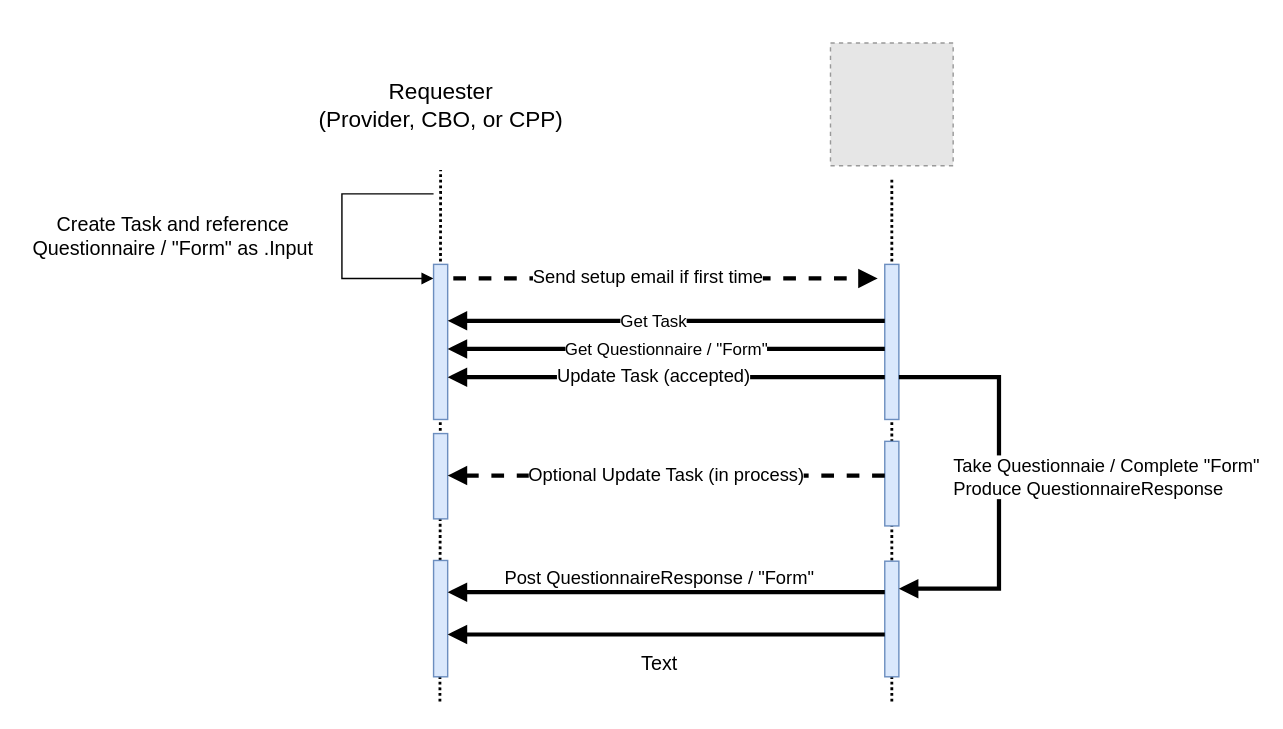
This is Images Source/PatientQuestionnaire.drawio from HL7/fhir-sdoh-clinicalcare, a draw.io file, before an edit. Source tidied: cells renumbered, new cells numbered last; positions are measured from the earlier drawing's top-left corner, leaving out a move shared by most shapes. Both pictures are drawn from the tidied source at 141%, with x=0, y=0 at pixel (24, 42). Pictures stored in the file or linked from it are replaced by grey dashed boxes.
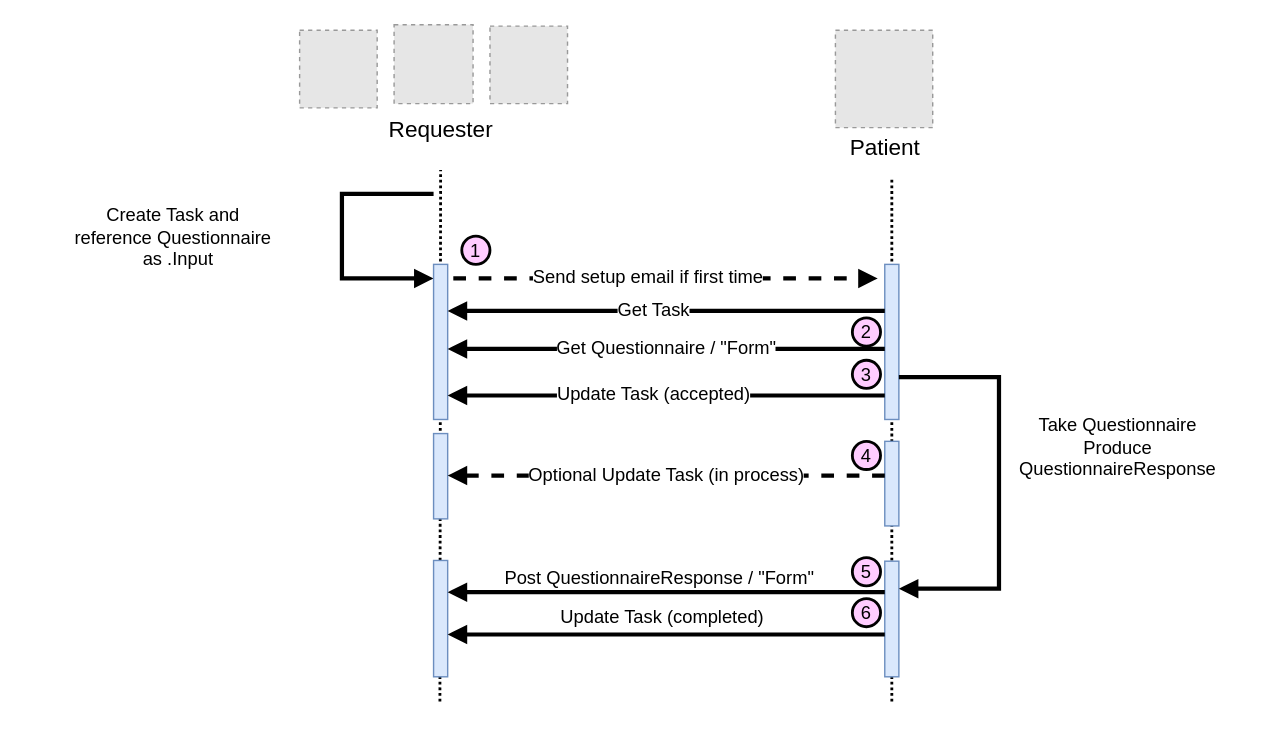
After the change.

The edit, as a diff of the source:
```diff
@@
-    <mxCell id="2" style="endArrow=none;dashed=1;html=1;rounded=0;dashPattern=1 1;labelBackgroundColor=#FFFFFF;fontSize=16;strokeColor=#000000;strokeWidth=2;" parent="1" edge="1">
+    <mxCell id="2" style="endArrow=none;dashed=1;html=1;rounded=0;dashPattern=1 1;labelBackgroundColor=#FFFFFF;fontSize=13;strokeColor=#000000;strokeWidth=2;" parent="1" edge="1">
       <mxGeometry relative="1" as="geometry">
         <mxPoint x="615" y="467" as="sourcePoint" />
         <mxPoint x="615" y="97" as="targetPoint" />
       </mxGeometry>
     </mxCell>
@@
-    <mxCell id="4" style="edgeStyle=orthogonalEdgeStyle;html=1;align=left;spacingLeft=2;endArrow=block;rounded=0;startArrow=none;fontSize=12;" parent="1" edge="1">
+    <mxCell id="4" style="edgeStyle=orthogonalEdgeStyle;html=1;align=left;spacingLeft=2;endArrow=block;rounded=0;startArrow=none;fontSize=13;strokeWidth=3;" parent="1" edge="1">
       <mxGeometry x="-0.07" y="-25" relative="1" as="geometry">
         <mxPoint x="290" y="107" as="sourcePoint" />
         <mxPoint x="290" y="167" as="targetPoint" />
         <Array as="points">
           <mxPoint x="225" y="107" />
           <mxPoint x="225" y="167" />
         </Array>
       </mxGeometry>
     </mxCell>
-    <mxCell id="5" style="html=1;perimeter=orthogonalPerimeter;fillColor=#dae8fc;strokeColor=#6c8ebf;" parent="1" vertex="1">
+    <mxCell id="5" style="html=1;perimeter=orthogonalPerimeter;fillColor=#dae8fc;strokeColor=#6c8ebf;fontSize=13;" parent="1" vertex="1">
       <mxGeometry x="290" y="157" width="10" height="110" as="geometry" />
     </mxCell>
-    <mxCell id="6" style="html=1;perimeter=orthogonalPerimeter;fillColor=#dae8fc;strokeColor=#6c8ebf;" parent="1" vertex="1">
+    <mxCell id="6" style="html=1;perimeter=orthogonalPerimeter;fillColor=#dae8fc;strokeColor=#6c8ebf;fontSize=13;" parent="1" vertex="1">
       <mxGeometry x="610" y="157" width="10" height="110" as="geometry" />
     </mxCell>
@@
-    <mxCell id="8" value="&lt;font style=&quot;font-size: 12px&quot;&gt;Get Questionnaire / &quot;Form&quot;&lt;br&gt;&lt;/font&gt;" style="html=1;verticalAlign=bottom;endArrow=block;strokeWidth=3;" parent="1" edge="1">
+    <mxCell id="8" value="&lt;font style=&quot;font-size: 13px;&quot;&gt;Get Questionnaire / &quot;Form&quot;&lt;br style=&quot;font-size: 13px;&quot;&gt;&lt;/font&gt;" style="html=1;verticalAlign=bottom;endArrow=block;strokeWidth=3;fontSize=13;" parent="1" edge="1">
       <mxGeometry y="10" relative="1" as="geometry">
         <mxPoint x="610" y="217" as="sourcePoint" />
         <mxPoint x="300" y="217" as="targetPoint" />
         <Array as="points">
           <mxPoint x="455" y="217" />
         </Array>
       </mxGeometry>
     </mxCell>
     <mxCell id="9" value="&lt;font style=&quot;font-size: 13px;&quot;&gt;Update Task (accepted)&lt;/font&gt;" style="html=1;verticalAlign=bottom;endArrow=block;fontSize=13;strokeWidth=3;" parent="1" edge="1">
       <mxGeometry x="0.06" y="10" relative="1" as="geometry">
-        <mxPoint x="610" y="237" as="sourcePoint" />
-        <mxPoint x="300" y="237" as="targetPoint" />
+        <mxPoint x="610" y="250" as="sourcePoint" />
+        <mxPoint x="300" y="250" as="targetPoint" />
       </mxGeometry>
     </mxCell>
-    <mxCell id="10" style="html=1;perimeter=orthogonalPerimeter;fillColor=#dae8fc;strokeColor=#6c8ebf;" parent="1" vertex="1">
+    <mxCell id="10" style="html=1;perimeter=orthogonalPerimeter;fillColor=#dae8fc;strokeColor=#6c8ebf;fontSize=13;" parent="1" vertex="1">
       <mxGeometry x="610" y="367.5" width="10" height="82" as="geometry" />
     </mxCell>
-    <mxCell id="11" style="html=1;perimeter=orthogonalPerimeter;fillColor=#dae8fc;strokeColor=#6c8ebf;" parent="1" vertex="1">
+    <mxCell id="11" style="html=1;perimeter=orthogonalPerimeter;fillColor=#dae8fc;strokeColor=#6c8ebf;fontSize=13;" parent="1" vertex="1">
       <mxGeometry x="290" y="367" width="10" height="82.5" as="geometry" />
     </mxCell>
@@
-    <mxCell id="13" value="Take Questionnaie / Complete &quot;Form&quot;&lt;br style=&quot;font-size: 13px;&quot;&gt;Produce QuestionnaireResponse" style="edgeStyle=orthogonalEdgeStyle;html=1;align=left;spacingLeft=2;endArrow=block;rounded=0;fontSize=13;strokeWidth=3;" parent="1" edge="1">
+    <mxCell id="13" style="edgeStyle=orthogonalEdgeStyle;html=1;align=left;spacingLeft=2;endArrow=block;rounded=0;fontSize=13;strokeWidth=3;" parent="1" edge="1">
       <mxGeometry x="-0.03" y="-36" relative="1" as="geometry">
         <mxPoint x="620" y="237" as="sourcePoint" />
         <mxPoint x="620" y="387" as="targetPoint" />
         <Array as="points">
           <mxPoint x="691" y="237" />
           <mxPoint x="691" y="387" />
           <mxPoint x="620" y="387" />
         </Array>
       </mxGeometry>
     </mxCell>
-    <mxCell id="14" value="&lt;font style=&quot;font-size: 12px&quot;&gt;Get Task&lt;br&gt;&lt;/font&gt;" style="html=1;verticalAlign=bottom;endArrow=block;strokeWidth=3;" parent="1" edge="1">
+    <mxCell id="14" value="&lt;font style=&quot;font-size: 13px;&quot;&gt;Get Task&lt;br style=&quot;font-size: 13px;&quot;&gt;&lt;/font&gt;" style="html=1;verticalAlign=bottom;endArrow=block;strokeWidth=3;fontSize=13;" parent="1" edge="1">
       <mxGeometry x="0.06" y="10" relative="1" as="geometry">
-        <mxPoint x="610" y="197" as="sourcePoint" />
-        <mxPoint x="300" y="197" as="targetPoint" />
+        <mxPoint x="610" y="190" as="sourcePoint" />
+        <mxPoint x="300" y="190" as="targetPoint" />
       </mxGeometry>
     </mxCell>
-    <mxCell id="15" style="html=1;perimeter=orthogonalPerimeter;fillColor=#dae8fc;strokeColor=#6c8ebf;" parent="1" vertex="1">
+    <mxCell id="15" style="html=1;perimeter=orthogonalPerimeter;fillColor=#dae8fc;strokeColor=#6c8ebf;fontSize=13;" parent="1" vertex="1">
       <mxGeometry x="610" y="282.5" width="10" height="60" as="geometry" />
     </mxCell>
-    <mxCell id="16" style="html=1;perimeter=orthogonalPerimeter;fillColor=#dae8fc;strokeColor=#6c8ebf;" parent="1" vertex="1">
+    <mxCell id="16" style="html=1;perimeter=orthogonalPerimeter;fillColor=#dae8fc;strokeColor=#6c8ebf;fontSize=13;" parent="1" vertex="1">
       <mxGeometry x="290" y="277" width="10" height="60.5" as="geometry" />
     </mxCell>
@@
-    <mxCell id="19" value="Requester &lt;br&gt;(Provider, CBO, or CPP)" style="text;html=1;align=center;verticalAlign=middle;strokeColor=none;fillColor=none;fontSize=16;" parent="1" vertex="1">
-      <mxGeometry x="200" y="23.5" width="190" height="40" as="geometry" />
+    <mxCell id="19" value="Requester &lt;br&gt;" style="text;html=1;align=center;verticalAlign=middle;strokeColor=none;fillColor=none;fontSize=16;" parent="1" vertex="1">
+      <mxGeometry x="253" y="49" width="84" height="23" as="geometry" />
     </mxCell>
     <mxCell id="20" style="fillColor=#E6E6E6;strokeColor=#999999;dashed=1;" parent="1" vertex="1">
-      <mxGeometry x="571.5" width="87" height="87" as="geometry" />
+      <mxGeometry x="575" y="-9" width="69" height="69" as="geometry" />
     </mxCell>
-    <mxCell id="21" value="&lt;span style=&quot;font-size: 14px; text-align: left; background-color: rgb(255, 255, 255);&quot;&gt;Create Task and reference&lt;/span&gt;&lt;br style=&quot;font-size: 14px; text-align: left;&quot;&gt;&lt;span style=&quot;font-size: 14px; text-align: left; background-color: rgb(255, 255, 255);&quot;&gt;Questionnaire / &quot;Form&quot; as .Input&lt;/span&gt;" style="text;html=1;align=center;verticalAlign=middle;strokeColor=none;fillColor=none;fontSize=14;" parent="1" vertex="1">
-      <mxGeometry y="117" width="210" height="40" as="geometry" />
+    <mxCell id="21" value="&lt;span style=&quot;font-size: 13px; text-align: left; background-color: rgb(255, 255, 255);&quot;&gt;Create Task and &lt;br style=&quot;font-size: 13px;&quot;&gt;reference&amp;nbsp;&lt;/span&gt;&lt;span style=&quot;font-size: 13px; text-align: left; background-color: rgb(255, 255, 255);&quot;&gt;Questionnaire&lt;br style=&quot;font-size: 13px;&quot;&gt;&amp;nbsp; as .Input&lt;/span&gt;" style="text;html=1;align=center;verticalAlign=middle;strokeColor=none;fillColor=none;fontSize=13;" parent="1" vertex="1">
+      <mxGeometry x="30" y="112" width="150" height="52" as="geometry" />
     </mxCell>
-    <mxCell id="22" value="Text" style="text;html=1;align=center;verticalAlign=middle;strokeColor=none;fillColor=none;fontSize=14;" parent="1" vertex="1">
-      <mxGeometry x="430" y="430" width="40" height="20" as="geometry" />
+    <mxCell id="22" value="&lt;span style=&quot;font-size: 13px; background-color: rgb(255, 255, 255);&quot;&gt;Update Task (completed)&lt;/span&gt;" style="text;html=1;align=center;verticalAlign=middle;strokeColor=none;fillColor=none;fontSize=13;" parent="1" vertex="1">
+      <mxGeometry x="375" y="397" width="154" height="20" as="geometry" />
     </mxCell>
+    <mxCell id="23" value="1" style="ellipse;whiteSpace=wrap;html=1;fontSize=13;fillColor=#FFCCFF;fontStyle=0;strokeWidth=2;" parent="1" vertex="1">
+      <mxGeometry x="310" y="137" width="20" height="20" as="geometry" />
+    </mxCell>
+    <mxCell id="24" value="2" style="ellipse;whiteSpace=wrap;html=1;fontSize=13;fillColor=#FFCCFF;fontStyle=0;strokeWidth=2;" parent="1" vertex="1">
+      <mxGeometry x="587" y="195" width="20" height="20" as="geometry" />
+    </mxCell>
+    <mxCell id="25" value="3" style="ellipse;whiteSpace=wrap;html=1;fontSize=13;fillColor=#FFCCFF;fontStyle=0;strokeWidth=2;" parent="1" vertex="1">
+      <mxGeometry x="587" y="225" width="20" height="20" as="geometry" />
+    </mxCell>
+    <mxCell id="26" value="5" style="ellipse;whiteSpace=wrap;html=1;fontSize=13;fillColor=#FFCCFF;fontStyle=0;strokeWidth=2;" parent="1" vertex="1">
+      <mxGeometry x="587" y="365" width="20" height="20" as="geometry" />
+    </mxCell>
+    <mxCell id="27" value="6" style="ellipse;whiteSpace=wrap;html=1;fontSize=13;fillColor=#FFCCFF;fontStyle=0;strokeWidth=2;" parent="1" vertex="1">
+      <mxGeometry x="587" y="394" width="20" height="20" as="geometry" />
+    </mxCell>
+    <mxCell id="28" value="Patient" style="text;html=1;align=center;verticalAlign=middle;strokeColor=none;fillColor=none;fontSize=16;" parent="1" vertex="1">
+      <mxGeometry x="579.5" y="62" width="60" height="23" as="geometry" />
+    </mxCell>
+    <mxCell id="29" style="fillColor=#E6E6E6;strokeColor=#999999;dashed=1;" parent="1" vertex="1">
+      <mxGeometry x="262" y="-13" width="56" height="56" as="geometry" />
+    </mxCell>
+    <mxCell id="30" style="fillColor=#E6E6E6;strokeColor=#999999;dashed=1;verticalLabelPosition=bottom;labelBackgroundColor=default;verticalAlign=top;" parent="1" vertex="1">
+      <mxGeometry x="330" y="-12" width="55" height="55" as="geometry" />
+    </mxCell>
+    <mxCell id="31" style="fillColor=#E6E6E6;strokeColor=#999999;dashed=1;" parent="1" vertex="1">
+      <mxGeometry x="195" y="-9" width="55" height="55" as="geometry" />
+    </mxCell>
+    <mxCell id="32" value="&lt;span style=&quot;color: rgb(0, 0, 0); font-size: 13px; text-align: left; background-color: rgb(255, 255, 255);&quot;&gt;Take Questionnaire&lt;/span&gt;&lt;br style=&quot;color: rgb(0, 0, 0); font-size: 13px; text-align: left;&quot;&gt;&lt;span style=&quot;color: rgb(0, 0, 0); font-size: 13px; text-align: left; background-color: rgb(255, 255, 255);&quot;&gt;Produce &lt;br style=&quot;font-size: 13px;&quot;&gt;QuestionnaireResponse&lt;/span&gt;" style="text;html=1;align=center;verticalAlign=middle;strokeColor=none;fillColor=none;fontSize=13;fontColor=#0000FF;" parent="1" vertex="1">
+      <mxGeometry x="700" y="261" width="149" height="52" as="geometry" />
+    </mxCell>
+    <mxCell id="33" value="4" style="ellipse;whiteSpace=wrap;html=1;fontSize=13;fillColor=#FFCCFF;fontStyle=0;strokeWidth=2;" parent="1" vertex="1">
+      <mxGeometry x="587" y="282.5" width="20" height="20" as="geometry" />
+    </mxCell>
```
